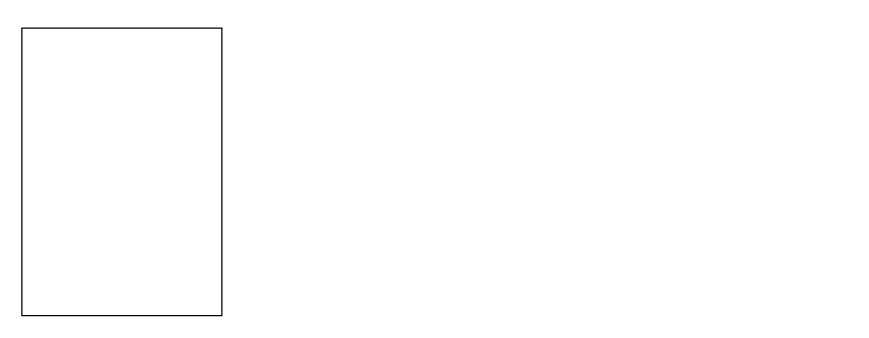
Before: .vscode/Untitled Diagram.drawio in JohnSocaciu/ProjectEngineering, a draw.io diagram. Source tidied: cells renumbered, new cells numbered last; positions are measured from the earlier drawing's top-left corner, leaving out a move shared by most shapes. Both pictures are drawn from the tidied source at 125%, with x=0, y=0 at pixel (-22, 71).
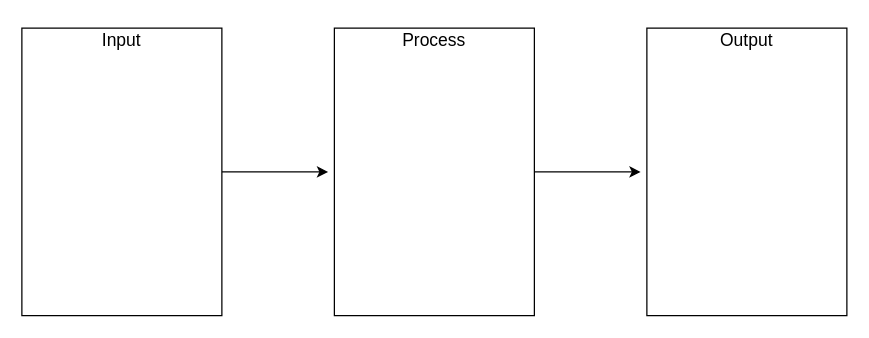
The same diagram, later.

The edit, as a diff of the source:
```diff
@@
 <mxGraphModel>
   <root>
     <mxCell id="0" />
     <mxCell id="1" parent="0" />
+    <mxCell id="3" style="edgeStyle=orthogonalEdgeStyle;rounded=0;jettySize=auto;html=1;fontSize=14;" parent="1" edge="1" source="2">
+      <mxGeometry relative="1" as="geometry">
+        <mxPoint x="280" y="80" as="targetPoint" />
+      </mxGeometry>
+    </mxCell>
     <mxCell id="2" style="rounded=0;whiteSpace=wrap;html=1;rotation=90;" parent="1" vertex="1">
       <mxGeometry width="230" height="160" as="geometry" />
     </mxCell>
+    <mxCell id="4" value="&lt;font style=&quot;font-size: 14px&quot;&gt;Input&lt;/font&gt;" style="text;html=1;strokeColor=none;fillColor=none;align=center;verticalAlign=middle;whiteSpace=wrap;rounded=0;" parent="1" vertex="1">
+      <mxGeometry x="85" y="-40" width="60" height="30" as="geometry" />
+    </mxCell>
+    <mxCell id="5" style="edgeStyle=orthogonalEdgeStyle;rounded=0;jettySize=auto;html=1;exitX=0.5;exitY=0;exitDx=0;exitDy=0;fontSize=14;" parent="1" edge="1" source="6">
+      <mxGeometry relative="1" as="geometry">
+        <mxPoint x="530" y="80" as="targetPoint" />
+      </mxGeometry>
+    </mxCell>
+    <mxCell id="6" style="rounded=0;whiteSpace=wrap;html=1;rotation=90;" parent="1" vertex="1">
+      <mxGeometry x="250" width="230" height="160" as="geometry" />
+    </mxCell>
+    <mxCell id="7" style="rounded=0;whiteSpace=wrap;html=1;rotation=90;" parent="1" vertex="1">
+      <mxGeometry x="500" width="230" height="160" as="geometry" />
+    </mxCell>
+    <mxCell id="8" value="Process" style="text;html=1;strokeColor=none;fillColor=none;align=center;verticalAlign=middle;whiteSpace=wrap;rounded=0;fontSize=14;" parent="1" vertex="1">
+      <mxGeometry x="335" y="-40" width="60" height="30" as="geometry" />
+    </mxCell>
+    <mxCell id="9" value="Output" style="text;html=1;strokeColor=none;fillColor=none;align=center;verticalAlign=middle;whiteSpace=wrap;rounded=0;fontSize=14;" parent="1" vertex="1">
+      <mxGeometry x="585" y="-40" width="60" height="30" as="geometry" />
+    </mxCell>
   </root>
 </mxGraphModel>
```
